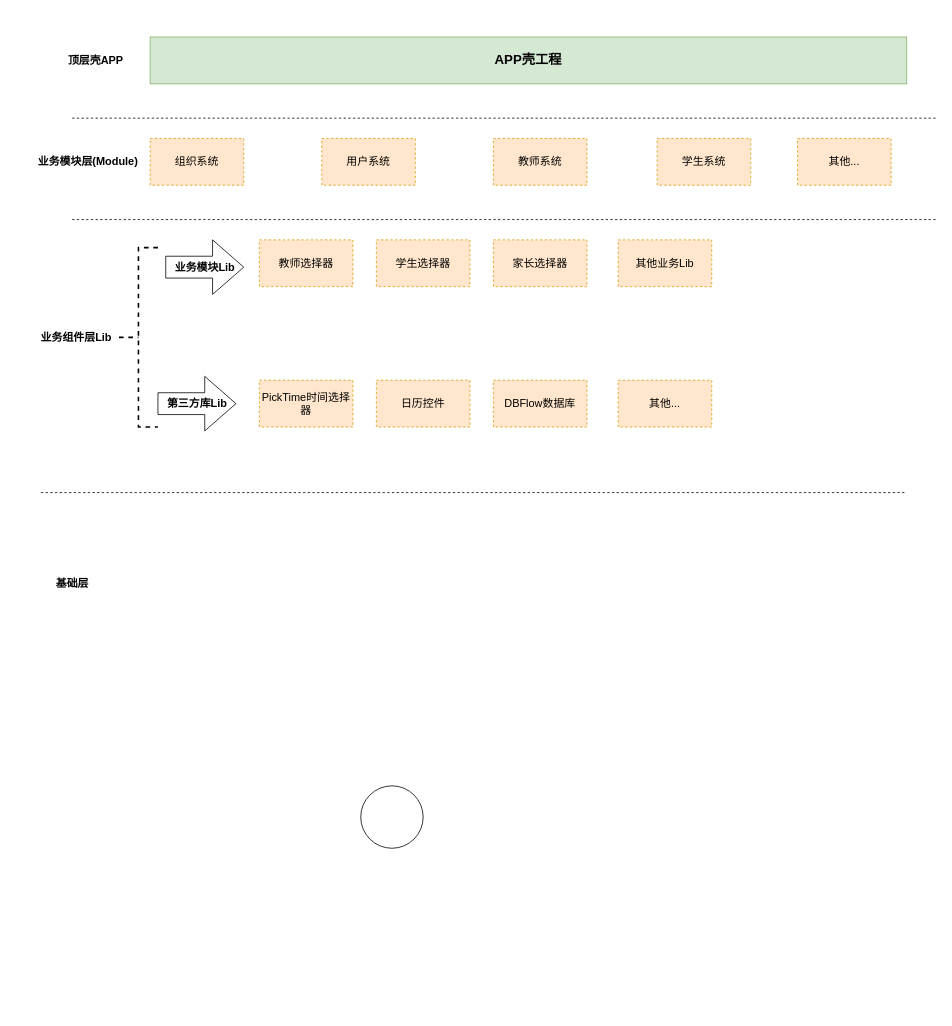
123yangu/private_tool keeps this draw.io diagram as Untitled Diagram.drawio. Above is the earlier version. Source tidied: cells renumbered, new cells numbered last; positions are measured from the earlier drawing's top-left corner, leaving out a move shared by most shapes. Both pictures are drawn from the tidied source at 78%, with x=0, y=0 at pixel (33, 37).
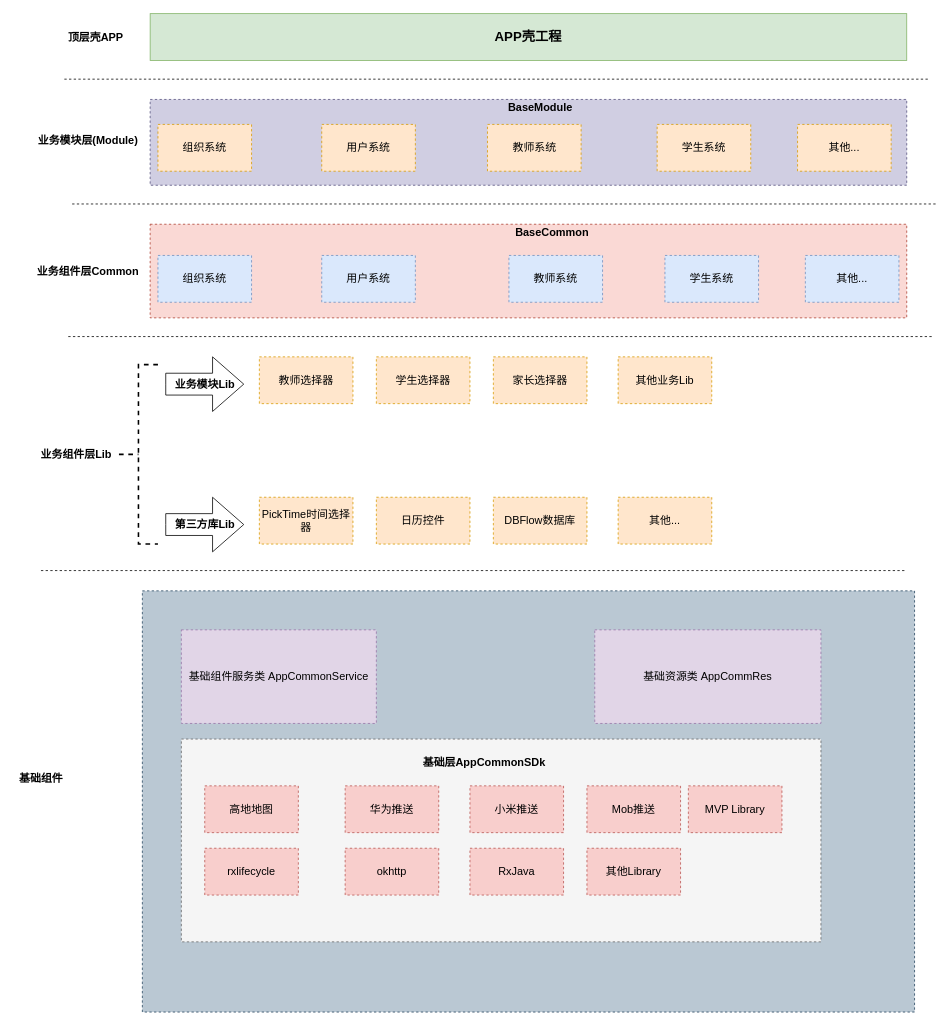
After the change.

Change to the diagram source:
```diff
@@
-    <mxCell id="2" style="ellipse;whiteSpace=wrap;html=1;" parent="1" vertex="1">
-      <mxGeometry x="420" y="960" width="80" height="80" as="geometry" />
-    </mxCell>
+    <mxCell id="27" style="rounded=0;whiteSpace=wrap;html=1;dashed=1;fontSize=14;fillColor=#d0cee2;strokeColor=#56517e;" parent="1" vertex="1">
+      <mxGeometry x="150" y="80" width="970" height="110" as="geometry" />
+    </mxCell>
+    <mxCell id="28" style="rounded=0;whiteSpace=wrap;html=1;dashed=1;fontSize=14;fillColor=#fad9d5;strokeColor=#ae4132;" parent="1" vertex="1">
+      <mxGeometry x="150" y="240" width="970" height="120" as="geometry" />
+    </mxCell>
+    <mxCell id="29" style="rounded=0;whiteSpace=wrap;html=1;dashed=1;fontSize=14;fillColor=#bac8d3;strokeColor=#23445d;" parent="1" vertex="1">
+      <mxGeometry x="140" y="710" width="990" height="540" as="geometry" />
+    </mxCell>
+    <mxCell id="30" style="rounded=0;whiteSpace=wrap;html=1;dashed=1;fontSize=14;fillColor=#f5f5f5;strokeColor=#666666;fontColor=#333333;" parent="1" vertex="1">
+      <mxGeometry x="190" y="900" width="820" height="260" as="geometry" />
+    </mxCell>
     <mxCell id="3" value="&lt;font style=&quot;font-size: 17px&quot;&gt;APP壳工程&lt;/font&gt;" style="rounded=0;whiteSpace=wrap;html=1;fillColor=#d5e8d4;strokeColor=#82b366;fontStyle=1;" parent="1" vertex="1">
-      <mxGeometry x="150" width="970" height="60" as="geometry" />
+      <mxGeometry x="150" y="-30" width="970" height="60" as="geometry" />
     </mxCell>
     <mxCell id="4" value="顶层壳APP" style="text;html=1;align=center;verticalAlign=middle;fontStyle=1;fontSize=14;" parent="1" vertex="1">
-      <mxGeometry x="35" y="20" width="90" height="20" as="geometry" />
+      <mxGeometry x="35" y="-10" width="90" height="20" as="geometry" />
     </mxCell>
     <mxCell id="5" style="line;strokeWidth=1;fillColor=none;align=left;verticalAlign=middle;spacingTop=-1;spacingLeft=3;spacingRight=3;labelPosition=right;fontSize=14;dashed=1;" parent="1" vertex="1">
-      <mxGeometry x="50" y="100" width="1110" height="8" as="geometry" />
+      <mxGeometry x="40" y="50" width="1110" height="8" as="geometry" />
     </mxCell>
     <mxCell id="6" value="&lt;b&gt;业务模块层(Module)&lt;/b&gt;" style="text;html=1;align=center;verticalAlign=middle;fontSize=14;" parent="1" vertex="1">
-      <mxGeometry y="150" width="140" height="20" as="geometry" />
+      <mxGeometry y="122" width="140" height="20" as="geometry" />
     </mxCell>
     <mxCell id="7" value="教师系统" style="rounded=0;whiteSpace=wrap;html=1;dashed=1;fontSize=14;fillColor=#ffe6cc;strokeColor=#d79b00;" parent="1" vertex="1">
-      <mxGeometry x="590" y="130" width="120" height="60" as="geometry" />
+      <mxGeometry x="582.5" y="112" width="120" height="60" as="geometry" />
     </mxCell>
     <mxCell id="8" value="学生系统" style="rounded=0;whiteSpace=wrap;html=1;dashed=1;fontSize=14;fillColor=#ffe6cc;strokeColor=#d79b00;" parent="1" vertex="1">
-      <mxGeometry x="800" y="130" width="120" height="60" as="geometry" />
+      <mxGeometry x="800" y="112" width="120" height="60" as="geometry" />
     </mxCell>
     <mxCell id="9" value="组织系统" style="rounded=0;whiteSpace=wrap;html=1;dashed=1;fontSize=14;fillColor=#ffe6cc;strokeColor=#d79b00;" parent="1" vertex="1">
-      <mxGeometry x="150" y="130" width="120" height="60" as="geometry" />
+      <mxGeometry x="160" y="112" width="120" height="60" as="geometry" />
     </mxCell>
     <mxCell id="10" value="用户系统" style="rounded=0;whiteSpace=wrap;html=1;dashed=1;fontSize=14;fillColor=#ffe6cc;strokeColor=#d79b00;" parent="1" vertex="1">
-      <mxGeometry x="370" y="130" width="120" height="60" as="geometry" />
+      <mxGeometry x="370" y="112" width="120" height="60" as="geometry" />
     </mxCell>
     <mxCell id="11" value="其他..." style="rounded=0;whiteSpace=wrap;html=1;dashed=1;fontSize=14;fillColor=#ffe6cc;strokeColor=#d79b00;" parent="1" vertex="1">
-      <mxGeometry x="980" y="130" width="120" height="60" as="geometry" />
+      <mxGeometry x="980" y="112" width="120" height="60" as="geometry" />
     </mxCell>
     <mxCell id="12" style="line;strokeWidth=1;fillColor=none;align=left;verticalAlign=middle;spacingTop=-1;spacingLeft=3;spacingRight=3;labelPosition=right;fontSize=14;dashed=1;" parent="1" vertex="1">
-      <mxGeometry x="50" y="230" width="1110" height="8" as="geometry" />
+      <mxGeometry x="50" y="210" width="1110" height="8" as="geometry" />
     </mxCell>
     <mxCell id="13" value="教师选择器" style="rounded=0;whiteSpace=wrap;html=1;dashed=1;fontSize=14;fillColor=#ffe6cc;strokeColor=#d79b00;" parent="1" vertex="1">
-      <mxGeometry x="290" y="260" width="120" height="60" as="geometry" />
+      <mxGeometry x="290" y="410" width="120" height="60" as="geometry" />
     </mxCell>
     <mxCell id="14" value="&lt;b&gt;业务组件层Lib&lt;/b&gt;" style="text;html=1;align=center;verticalAlign=middle;fontSize=14;" parent="1" vertex="1">
-      <mxGeometry y="375" width="110" height="20" as="geometry" />
+      <mxGeometry y="525" width="110" height="20" as="geometry" />
     </mxCell>
     <mxCell id="15" style="strokeWidth=2;html=1;shape=mxgraph.flowchart.annotation_2;align=left;labelPosition=right;dashed=1;fontSize=14;" parent="1" vertex="1">
-      <mxGeometry x="110" y="270" width="50" height="230" as="geometry" />
+      <mxGeometry x="110" y="420" width="50" height="230" as="geometry" />
     </mxCell>
     <mxCell id="16" value="&lt;b&gt;业务模块Lib&lt;/b&gt;" style="html=1;shadow=0;dashed=0;align=center;verticalAlign=middle;shape=mxgraph.arrows2.arrow;dy=0.6;dx=40;notch=0;fontSize=14;" parent="1" vertex="1">
-      <mxGeometry x="170" y="260" width="100" height="70" as="geometry" />
+      <mxGeometry x="170" y="410" width="100" height="70" as="geometry" />
     </mxCell>
     <mxCell id="17" value="学生选择器" style="rounded=0;whiteSpace=wrap;html=1;dashed=1;fontSize=14;fillColor=#ffe6cc;strokeColor=#d79b00;" parent="1" vertex="1">
-      <mxGeometry x="440" y="260" width="120" height="60" as="geometry" />
+      <mxGeometry x="440" y="410" width="120" height="60" as="geometry" />
     </mxCell>
     <mxCell id="18" value="家长选择器" style="rounded=0;whiteSpace=wrap;html=1;dashed=1;fontSize=14;fillColor=#ffe6cc;strokeColor=#d79b00;" parent="1" vertex="1">
-      <mxGeometry x="590" y="260" width="120" height="60" as="geometry" />
+      <mxGeometry x="590" y="410" width="120" height="60" as="geometry" />
     </mxCell>
     <mxCell id="19" value="其他业务Lib" style="rounded=0;whiteSpace=wrap;html=1;dashed=1;fontSize=14;fillColor=#ffe6cc;strokeColor=#d79b00;" parent="1" vertex="1">
-      <mxGeometry x="750" y="260" width="120" height="60" as="geometry" />
+      <mxGeometry x="750" y="410" width="120" height="60" as="geometry" />
     </mxCell>
     <mxCell id="20" value="&lt;b&gt;第三方库Lib&lt;/b&gt;" style="html=1;shadow=0;dashed=0;align=center;verticalAlign=middle;shape=mxgraph.arrows2.arrow;dy=0.6;dx=40;notch=0;fontSize=14;" parent="1" vertex="1">
-      <mxGeometry x="160" y="435" width="100" height="70" as="geometry" />
+      <mxGeometry x="170" y="590" width="100" height="70" as="geometry" />
     </mxCell>
     <mxCell id="21" value="PickTime时间选择器" style="rounded=0;whiteSpace=wrap;html=1;dashed=1;fontSize=14;fillColor=#ffe6cc;strokeColor=#d79b00;" parent="1" vertex="1">
-      <mxGeometry x="290" y="440" width="120" height="60" as="geometry" />
+      <mxGeometry x="290" y="590" width="120" height="60" as="geometry" />
     </mxCell>
     <mxCell id="22" value="日历控件" style="rounded=0;whiteSpace=wrap;html=1;dashed=1;fontSize=14;fillColor=#ffe6cc;strokeColor=#d79b00;" parent="1" vertex="1">
-      <mxGeometry x="440" y="440" width="120" height="60" as="geometry" />
+      <mxGeometry x="440" y="590" width="120" height="60" as="geometry" />
     </mxCell>
     <mxCell id="23" value="DBFlow数据库" style="rounded=0;whiteSpace=wrap;html=1;dashed=1;fontSize=14;fillColor=#ffe6cc;strokeColor=#d79b00;" parent="1" vertex="1">
-      <mxGeometry x="590" y="440" width="120" height="60" as="geometry" />
+      <mxGeometry x="590" y="590" width="120" height="60" as="geometry" />
     </mxCell>
     <mxCell id="24" value="其他..." style="rounded=0;whiteSpace=wrap;html=1;dashed=1;fontSize=14;fillColor=#ffe6cc;strokeColor=#d79b00;" parent="1" vertex="1">
-      <mxGeometry x="750" y="440" width="120" height="60" as="geometry" />
+      <mxGeometry x="750" y="590" width="120" height="60" as="geometry" />
     </mxCell>
     <mxCell id="25" style="line;strokeWidth=1;fillColor=none;align=left;verticalAlign=middle;spacingTop=-1;spacingLeft=3;spacingRight=3;labelPosition=right;fontSize=14;dashed=1;" parent="1" vertex="1">
-      <mxGeometry x="10" y="580" width="1110" height="8" as="geometry" />
+      <mxGeometry x="45" y="380" width="1110" height="8" as="geometry" />
     </mxCell>
-    <mxCell id="26" value="&lt;b&gt;基础层&lt;/b&gt;" style="text;html=1;align=center;verticalAlign=middle;fontSize=14;" parent="1" vertex="1">
-      <mxGeometry x="20" y="690" width="60" height="20" as="geometry" />
-    </mxCell>
+    <mxCell id="31" value="&lt;b&gt;业务组件层Common&lt;/b&gt;" style="text;html=1;align=center;verticalAlign=middle;fontSize=14;" parent="1" vertex="1">
+      <mxGeometry x="-5" y="290" width="150" height="20" as="geometry" />
+    </mxCell>
+    <mxCell id="32" value="教师系统" style="rounded=0;whiteSpace=wrap;html=1;dashed=1;fontSize=14;fillColor=#dae8fc;strokeColor=#6c8ebf;" parent="1" vertex="1">
+      <mxGeometry x="610" y="280" width="120" height="60" as="geometry" />
+    </mxCell>
+    <mxCell id="33" value="学生系统" style="rounded=0;whiteSpace=wrap;html=1;dashed=1;fontSize=14;fillColor=#dae8fc;strokeColor=#6c8ebf;" parent="1" vertex="1">
+      <mxGeometry x="810" y="280" width="120" height="60" as="geometry" />
+    </mxCell>
+    <mxCell id="34" value="组织系统" style="rounded=0;whiteSpace=wrap;html=1;dashed=1;fontSize=14;fillColor=#dae8fc;strokeColor=#6c8ebf;" parent="1" vertex="1">
+      <mxGeometry x="160" y="280" width="120" height="60" as="geometry" />
+    </mxCell>
+    <mxCell id="35" value="用户系统" style="rounded=0;whiteSpace=wrap;html=1;dashed=1;fontSize=14;fillColor=#dae8fc;strokeColor=#6c8ebf;" parent="1" vertex="1">
+      <mxGeometry x="370" y="280" width="120" height="60" as="geometry" />
+    </mxCell>
+    <mxCell id="36" value="其他..." style="rounded=0;whiteSpace=wrap;html=1;dashed=1;fontSize=14;fillColor=#dae8fc;strokeColor=#6c8ebf;" parent="1" vertex="1">
+      <mxGeometry x="990" y="280" width="120" height="60" as="geometry" />
+    </mxCell>
+    <mxCell id="37" value="&lt;b&gt;基础组件&lt;/b&gt;" style="text;html=1;align=center;verticalAlign=middle;fontSize=14;" parent="1" vertex="1">
+      <mxGeometry x="-25" y="940" width="70" height="20" as="geometry" />
+    </mxCell>
+    <mxCell id="38" value="高地地图" style="rounded=0;whiteSpace=wrap;html=1;dashed=1;fontSize=14;fillColor=#f8cecc;strokeColor=#b85450;" parent="1" vertex="1">
+      <mxGeometry x="220" y="960" width="120" height="60" as="geometry" />
+    </mxCell>
+    <mxCell id="39" value="华为推送" style="rounded=0;whiteSpace=wrap;html=1;dashed=1;fontSize=14;fillColor=#f8cecc;strokeColor=#b85450;" parent="1" vertex="1">
+      <mxGeometry x="400" y="960" width="120" height="60" as="geometry" />
+    </mxCell>
+    <mxCell id="40" value="小米推送" style="rounded=0;whiteSpace=wrap;html=1;dashed=1;fontSize=14;fillColor=#f8cecc;strokeColor=#b85450;" parent="1" vertex="1">
+      <mxGeometry x="560" y="960" width="120" height="60" as="geometry" />
+    </mxCell>
+    <mxCell id="41" value="okhttp" style="rounded=0;whiteSpace=wrap;html=1;dashed=1;fontSize=14;fillColor=#f8cecc;strokeColor=#b85450;" parent="1" vertex="1">
+      <mxGeometry x="400" y="1040" width="120" height="60" as="geometry" />
+    </mxCell>
+    <mxCell id="42" value="RxJava" style="rounded=0;whiteSpace=wrap;html=1;dashed=1;fontSize=14;fillColor=#f8cecc;strokeColor=#b85450;" parent="1" vertex="1">
+      <mxGeometry x="560" y="1040" width="120" height="60" as="geometry" />
+    </mxCell>
+    <mxCell id="43" value="rxlifecycle" style="rounded=0;whiteSpace=wrap;html=1;dashed=1;fontSize=14;fillColor=#f8cecc;strokeColor=#b85450;" parent="1" vertex="1">
+      <mxGeometry x="220" y="1040" width="120" height="60" as="geometry" />
+    </mxCell>
+    <mxCell id="44" value="Mob推送" style="rounded=0;whiteSpace=wrap;html=1;dashed=1;fontSize=14;fillColor=#f8cecc;strokeColor=#b85450;" parent="1" vertex="1">
+      <mxGeometry x="710" y="960" width="120" height="60" as="geometry" />
+    </mxCell>
+    <mxCell id="45" value="其他Library" style="rounded=0;whiteSpace=wrap;html=1;dashed=1;fontSize=14;fillColor=#f8cecc;strokeColor=#b85450;" parent="1" vertex="1">
+      <mxGeometry x="710" y="1040" width="120" height="60" as="geometry" />
+    </mxCell>
+    <mxCell id="46" style="line;strokeWidth=1;fillColor=none;align=left;verticalAlign=middle;spacingTop=-1;spacingLeft=3;spacingRight=3;labelPosition=right;fontSize=14;dashed=1;" parent="1" vertex="1">
+      <mxGeometry x="10" y="680" width="1110" height="8" as="geometry" />
+    </mxCell>
+    <mxCell id="47" value="&lt;b&gt;基础层AppCommonSDk&lt;/b&gt;" style="text;html=1;align=center;verticalAlign=middle;fontSize=14;" parent="1" vertex="1">
+      <mxGeometry x="492.5" y="920" width="170" height="20" as="geometry" />
+    </mxCell>
+    <mxCell id="48" value="MVP Library" style="rounded=0;whiteSpace=wrap;html=1;dashed=1;fontSize=14;fillColor=#f8cecc;strokeColor=#b85450;" parent="1" vertex="1">
+      <mxGeometry x="840" y="960" width="120" height="60" as="geometry" />
+    </mxCell>
+    <mxCell id="49" value="基础组件服务类 AppCommonService" style="rounded=0;whiteSpace=wrap;html=1;dashed=1;fontSize=14;fillColor=#e1d5e7;strokeColor=#9673a6;" parent="1" vertex="1">
+      <mxGeometry x="190" y="760" width="250" height="120" as="geometry" />
+    </mxCell>
+    <mxCell id="50" value="基础资源类 AppCommRes" style="rounded=0;whiteSpace=wrap;html=1;dashed=1;fontSize=14;fillColor=#e1d5e7;strokeColor=#9673a6;" parent="1" vertex="1">
+      <mxGeometry x="720" y="760" width="290" height="120" as="geometry" />
+    </mxCell>
+    <mxCell id="51" value="&lt;b&gt;BaseCommon&lt;/b&gt;" style="text;html=1;align=center;verticalAlign=middle;fontSize=14;" parent="1" vertex="1">
+      <mxGeometry x="610" y="240" width="110" height="20" as="geometry" />
+    </mxCell>
+    <mxCell id="52" value="&lt;b&gt;BaseModule&lt;/b&gt;" style="text;html=1;align=center;verticalAlign=middle;fontSize=14;" parent="1" vertex="1">
+      <mxGeometry x="600" y="80" width="100" height="20" as="geometry" />
+    </mxCell>
```
